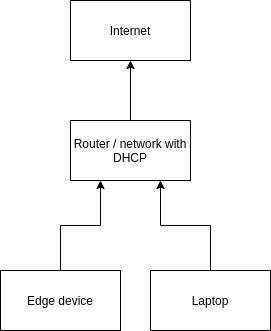
Earlier version of the draw.io export docs/content/en/docs/Getting started/understanding-the-technologies/development-network.png (united-manufacturing-hub/united-manufacturing-hub). Source tidied: cells renumbered, new cells last; positions are measured from the earlier drawing's top-left corner, leaving out a move shared by most shapes.
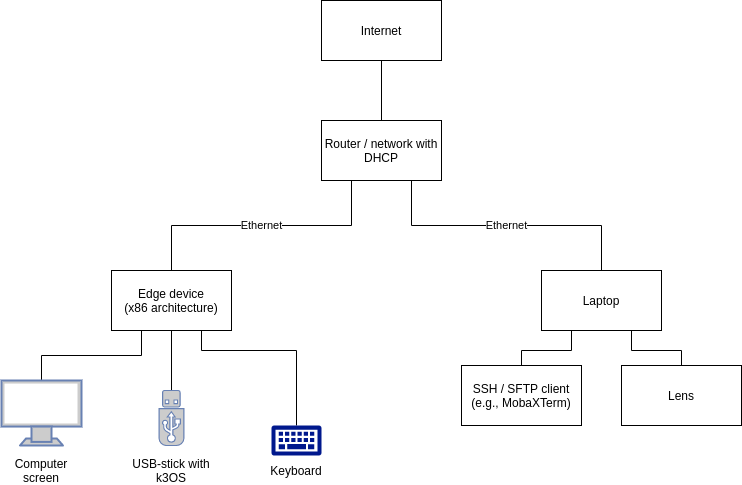
After the commit.

Diff of the diagram source:
```diff
@@ -2,19 +2,25 @@
   <root>
     <mxCell id="0" />
     <mxCell id="1" parent="0" />
-    <mxCell id="2" style="edgeStyle=orthogonalEdgeStyle;rounded=0;jettySize=auto;html=1;exitX=0.5;exitY=0;exitDx=0;exitDy=0;entryX=0.25;entryY=1;entryDx=0;entryDy=0;" parent="1" edge="1" source="3" target="7">
+    <mxCell id="2" value="Ethernet" style="edgeStyle=orthogonalEdgeStyle;rounded=0;jettySize=auto;html=1;exitX=0.5;exitY=0;exitDx=0;exitDy=0;entryX=0.25;entryY=1;entryDx=0;entryDy=0;endArrow=none;endFill=0;" parent="1" edge="1" source="3" target="7">
       <mxGeometry relative="1" as="geometry" />
     </mxCell>
-    <mxCell id="3" value="Edge device" style="rounded=0;whiteSpace=wrap;html=1;" parent="1" vertex="1">
-      <mxGeometry y="270" width="120" height="60" as="geometry" />
+    <mxCell id="3" value="Edge device&lt;br&gt;(x86 architecture)" style="rounded=0;whiteSpace=wrap;html=1;" parent="1" vertex="1">
+      <mxGeometry x="-140" y="270" width="120" height="60" as="geometry" />
     </mxCell>
-    <mxCell id="4" style="edgeStyle=orthogonalEdgeStyle;rounded=0;jettySize=auto;html=1;exitX=0.5;exitY=0;exitDx=0;exitDy=0;entryX=0.75;entryY=1;entryDx=0;entryDy=0;" parent="1" edge="1" source="5" target="7">
+    <mxCell id="4" value="Ethernet" style="edgeStyle=orthogonalEdgeStyle;rounded=0;jettySize=auto;html=1;exitX=0.5;exitY=0;exitDx=0;exitDy=0;entryX=0.75;entryY=1;entryDx=0;entryDy=0;endArrow=none;endFill=0;" parent="1" edge="1" source="5" target="7">
       <mxGeometry relative="1" as="geometry" />
     </mxCell>
+    <mxCell id="9" style="edgeStyle=orthogonalEdgeStyle;rounded=0;jettySize=auto;html=1;exitX=0.25;exitY=1;exitDx=0;exitDy=0;entryX=0.5;entryY=0;entryDx=0;entryDy=0;endArrow=none;endFill=0;" parent="1" edge="1" source="5" target="20">
+      <mxGeometry relative="1" as="geometry" />
+    </mxCell>
+    <mxCell id="10" style="edgeStyle=orthogonalEdgeStyle;rounded=0;jettySize=auto;html=1;exitX=0.75;exitY=1;exitDx=0;exitDy=0;entryX=0.5;entryY=0;entryDx=0;entryDy=0;endArrow=none;endFill=0;" parent="1" edge="1" source="5" target="21">
+      <mxGeometry relative="1" as="geometry" />
+    </mxCell>
     <mxCell id="5" value="Laptop" style="rounded=0;whiteSpace=wrap;html=1;" parent="1" vertex="1">
-      <mxGeometry x="150" y="270" width="120" height="60" as="geometry" />
+      <mxGeometry x="290" y="270" width="120" height="60" as="geometry" />
     </mxCell>
-    <mxCell id="6" style="edgeStyle=orthogonalEdgeStyle;rounded=0;jettySize=auto;html=1;exitX=0.5;exitY=0;exitDx=0;exitDy=0;entryX=0.5;entryY=1;entryDx=0;entryDy=0;" parent="1" edge="1" source="7" target="8">
+    <mxCell id="6" style="edgeStyle=orthogonalEdgeStyle;rounded=0;jettySize=auto;html=1;exitX=0.5;exitY=0;exitDx=0;exitDy=0;entryX=0.5;entryY=1;entryDx=0;entryDy=0;endArrow=none;endFill=0;" parent="1" edge="1" source="7" target="8">
       <mxGeometry relative="1" as="geometry" />
     </mxCell>
     <mxCell id="7" value="Router / network with DHCP" style="rounded=0;whiteSpace=wrap;html=1;" parent="1" vertex="1">
@@ -23,5 +29,43 @@
     <mxCell id="8" value="Internet" style="rounded=0;whiteSpace=wrap;html=1;" parent="1" vertex="1">
       <mxGeometry x="70" width="120" height="60" as="geometry" />
     </mxCell>
+    <mxCell id="11" style="edgeStyle=orthogonalEdgeStyle;rounded=0;jettySize=auto;html=1;exitX=0.5;exitY=0;exitDx=0;exitDy=0;exitPerimeter=0;entryX=0.25;entryY=1;entryDx=0;entryDy=0;endArrow=none;endFill=0;" parent="1" edge="1" source="12" target="3">
+      <mxGeometry relative="1" as="geometry" />
+    </mxCell>
+    <mxCell id="12" style="fontColor=#0066CC;verticalAlign=top;verticalLabelPosition=bottom;labelPosition=center;align=center;html=1;outlineConnect=0;fillColor=#CCCCCC;strokeColor=#6881B3;gradientColor=none;gradientDirection=north;strokeWidth=2;shape=mxgraph.networks.monitor;" parent="1" vertex="1">
+      <mxGeometry x="-250" y="380" width="80" height="65" as="geometry" />
+    </mxCell>
+    <mxCell id="13" style="edgeStyle=orthogonalEdgeStyle;rounded=0;jettySize=auto;html=1;exitX=0.5;exitY=0;exitDx=0;exitDy=0;exitPerimeter=0;entryX=0.75;entryY=1;entryDx=0;entryDy=0;endArrow=none;endFill=0;" parent="1" edge="1" source="14" target="3">
+      <mxGeometry relative="1" as="geometry">
+        <Array as="points">
+          <mxPoint x="45" y="350" />
+          <mxPoint x="-50" y="350" />
+        </Array>
+      </mxGeometry>
+    </mxCell>
+    <mxCell id="14" style="shadow=0;dashed=0;html=1;strokeColor=none;labelPosition=center;verticalLabelPosition=bottom;verticalAlign=top;align=center;fillColor=#00188D;shape=mxgraph.mscae.enterprise.keyboard;" parent="1" vertex="1">
+      <mxGeometry x="20" y="425" width="50" height="30" as="geometry" />
+    </mxCell>
+    <mxCell id="15" value="Computer screen" style="text;html=1;strokeColor=none;fillColor=none;align=center;verticalAlign=middle;whiteSpace=wrap;rounded=0;" parent="1" vertex="1">
+      <mxGeometry x="-230" y="460" width="40" height="20" as="geometry" />
+    </mxCell>
+    <mxCell id="16" value="Keyboard" style="text;html=1;strokeColor=none;fillColor=none;align=center;verticalAlign=middle;whiteSpace=wrap;rounded=0;" parent="1" vertex="1">
+      <mxGeometry x="25" y="460" width="40" height="20" as="geometry" />
+    </mxCell>
+    <mxCell id="17" style="edgeStyle=orthogonalEdgeStyle;rounded=0;jettySize=auto;html=1;exitX=0.5;exitY=0;exitDx=0;exitDy=0;exitPerimeter=0;entryX=0.5;entryY=1;entryDx=0;entryDy=0;endArrow=none;endFill=0;" parent="1" edge="1" source="18" target="3">
+      <mxGeometry relative="1" as="geometry" />
+    </mxCell>
+    <mxCell id="18" style="fontColor=#0066CC;verticalAlign=top;verticalLabelPosition=bottom;labelPosition=center;align=center;html=1;outlineConnect=0;fillColor=#CCCCCC;strokeColor=#6881B3;gradientColor=none;gradientDirection=north;strokeWidth=2;shape=mxgraph.networks.usb_stick;" parent="1" vertex="1">
+      <mxGeometry x="-92.4" y="390" width="24.8" height="55" as="geometry" />
+    </mxCell>
+    <mxCell id="19" value="USB-stick with k3OS" style="text;html=1;strokeColor=none;fillColor=none;align=center;verticalAlign=middle;whiteSpace=wrap;rounded=0;" parent="1" vertex="1">
+      <mxGeometry x="-124" y="460" width="88" height="20" as="geometry" />
+    </mxCell>
+    <mxCell id="20" value="SSH / SFTP client (e.g., MobaXTerm)" style="rounded=0;whiteSpace=wrap;html=1;" parent="1" vertex="1">
+      <mxGeometry x="210" y="365" width="120" height="60" as="geometry" />
+    </mxCell>
+    <mxCell id="21" value="Lens" style="rounded=0;whiteSpace=wrap;html=1;" parent="1" vertex="1">
+      <mxGeometry x="370" y="365" width="120" height="60" as="geometry" />
+    </mxCell>
   </root>
 </mxGraphModel>
```
